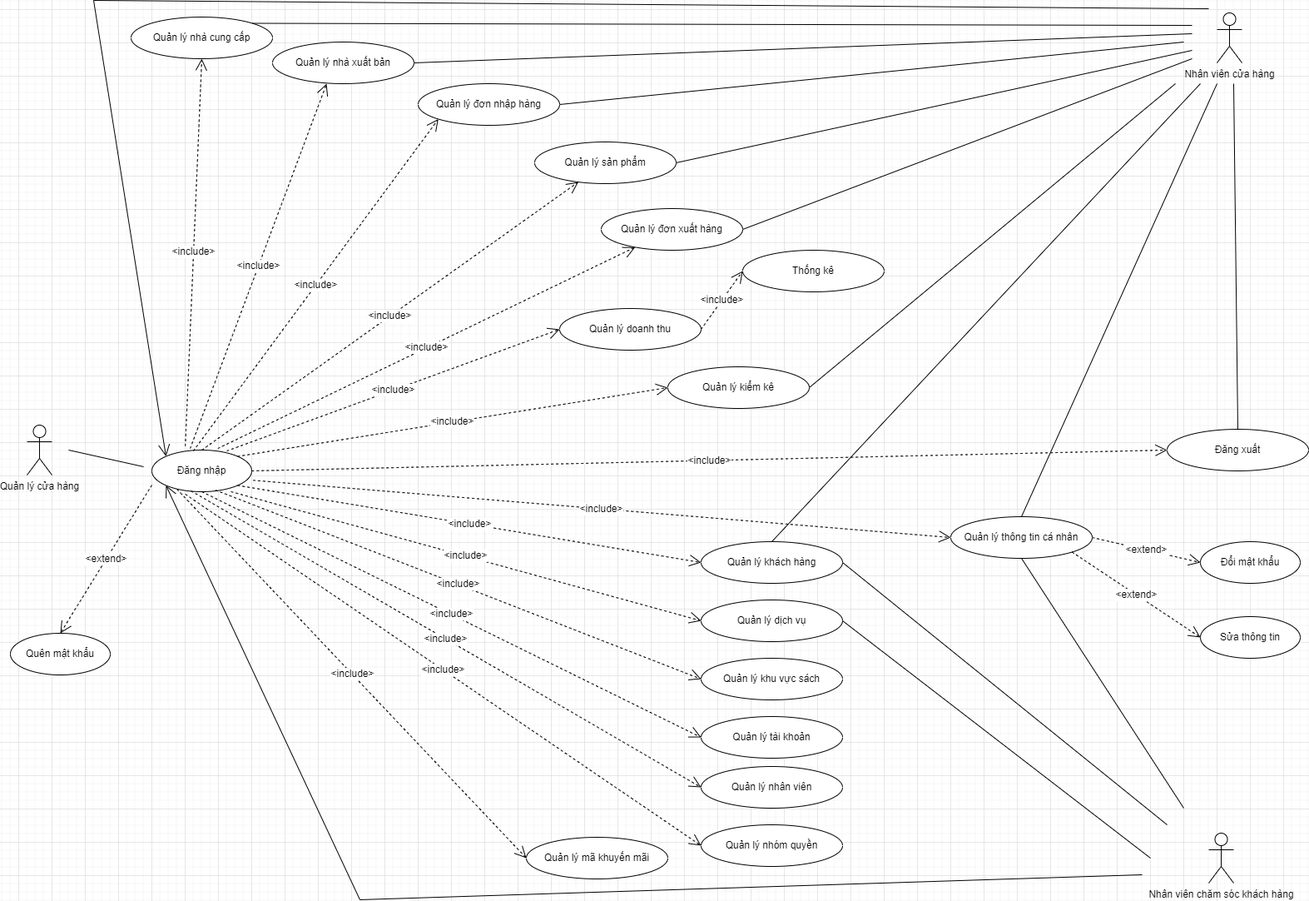
This is BaoCaoPTTKHTTT/uescase.png from Remilia172112/AppThuVien-JAVA-PTTKHTTT, a draw.io export, as it was before one commit. Source tidied: cells renumbered, new cells last; positions are measured from the earlier drawing's top-left corner, leaving out a move shared by most shapes.
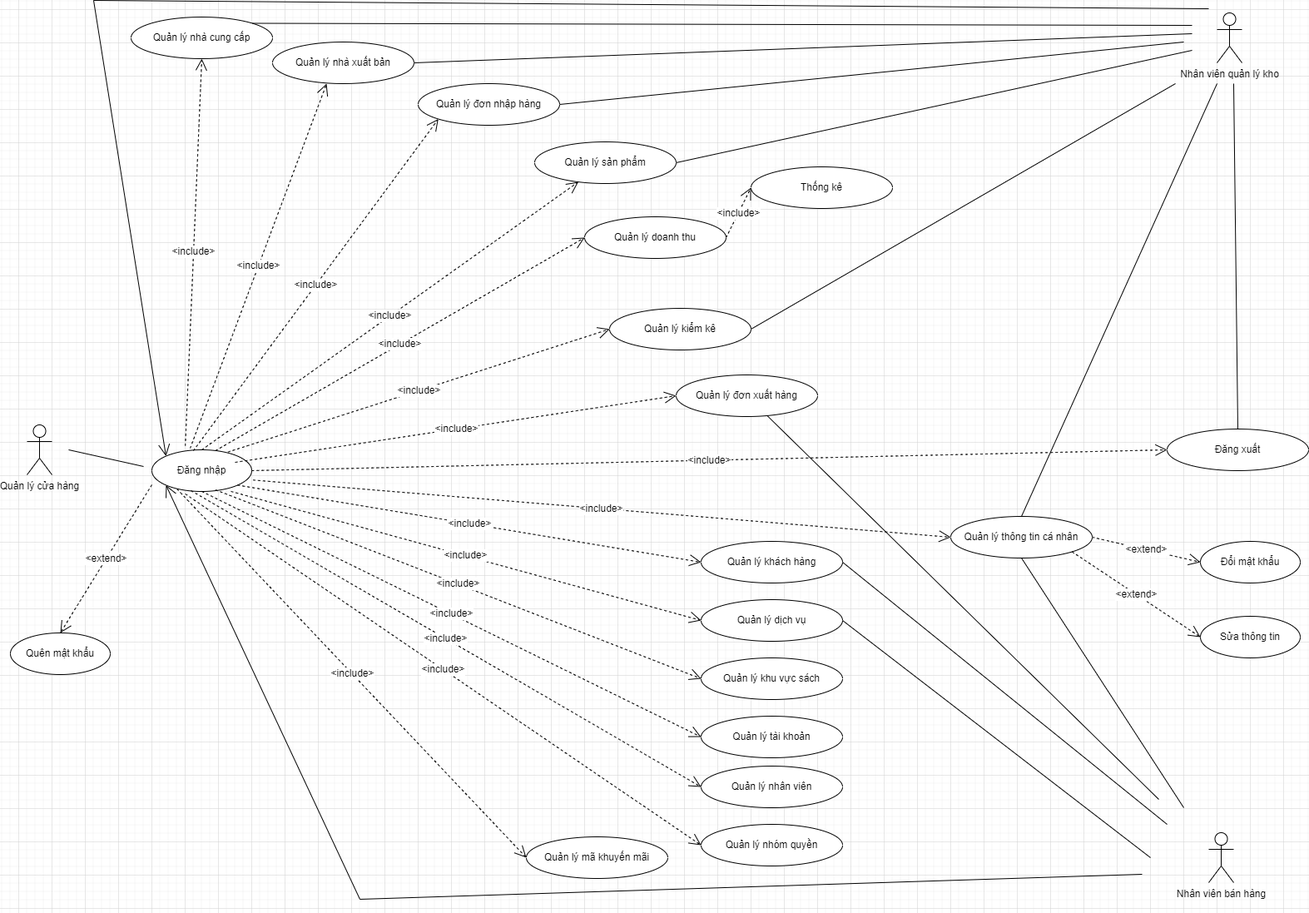
Above is the later version.

The edit, as a diff of the source:
```diff
@@ -5,10 +5,10 @@
     <mxCell id="2" value="Quản lý cửa hàng" style="shape=umlActor;verticalLabelPosition=bottom;verticalAlign=top;html=1;" parent="1" vertex="1">
       <mxGeometry x="20" y="510" width="30" height="60" as="geometry" />
     </mxCell>
-    <mxCell id="3" value="Nhân viên chăm sóc khách hàng" style="shape=umlActor;verticalLabelPosition=bottom;verticalAlign=top;html=1;" parent="1" vertex="1">
+    <mxCell id="3" value="Nhân viên bán hàng&lt;div&gt;&lt;br&gt;&lt;/div&gt;" style="shape=umlActor;verticalLabelPosition=bottom;verticalAlign=top;html=1;" parent="1" vertex="1">
       <mxGeometry x="1440" y="1000" width="30" height="60" as="geometry" />
     </mxCell>
-    <mxCell id="4" value="Nhân viên cửa hàng" style="shape=umlActor;verticalLabelPosition=bottom;verticalAlign=top;html=1;" parent="1" vertex="1">
+    <mxCell id="4" value="Nhân viên quản lý kho" style="shape=umlActor;verticalLabelPosition=bottom;verticalAlign=top;html=1;" parent="1" vertex="1">
       <mxGeometry x="1450" y="15" width="30" height="60" as="geometry" />
     </mxCell>
     <mxCell id="5" value="Đăng nhập" style="ellipse;whiteSpace=wrap;html=1;" parent="1" vertex="1">
@@ -48,29 +48,31 @@
     <mxCell id="15" value="Quản lý sản phẩm" style="ellipse;whiteSpace=wrap;html=1;" parent="1" vertex="1">
       <mxGeometry x="630" y="170" width="170" height="50" as="geometry" />
     </mxCell>
-    <mxCell id="16" value="&amp;lt;include&amp;gt;" style="endArrow=open;endSize=12;dashed=1;html=1;rounded=0;fontSize=12;curved=1;exitX=0.661;exitY=-0.039;exitDx=0;exitDy=0;exitPerimeter=0;" parent="1" edge="1" source="5" target="17">
-      <mxGeometry relative="1" as="geometry" />
+    <mxCell id="16" value="&amp;lt;include&amp;gt;" style="endArrow=open;endSize=12;dashed=1;html=1;rounded=0;fontSize=12;curved=1;entryX=0;entryY=0.5;entryDx=0;entryDy=0;" parent="1" edge="1" target="17">
+      <mxGeometry relative="1" as="geometry">
+        <mxPoint x="270" y="555" as="sourcePoint" />
+      </mxGeometry>
     </mxCell>
     <mxCell id="17" value="Quản lý đơn xuất hàng" style="ellipse;whiteSpace=wrap;html=1;" parent="1" vertex="1">
-      <mxGeometry x="710" y="250" width="170" height="50" as="geometry" />
+      <mxGeometry x="800" y="450" width="170" height="50" as="geometry" />
     </mxCell>
-    <mxCell id="18" value="&amp;lt;include&amp;gt;" style="endArrow=open;endSize=12;dashed=1;html=1;rounded=0;fontSize=12;curved=1;entryX=0;entryY=0.5;entryDx=0;entryDy=0;exitX=0.751;exitY=0.02;exitDx=0;exitDy=0;exitPerimeter=0;" parent="1" edge="1" source="5" target="19">
+    <mxCell id="18" value="&amp;lt;include&amp;gt;" style="endArrow=open;endSize=12;dashed=1;html=1;rounded=0;fontSize=12;curved=1;entryX=0;entryY=0.5;entryDx=0;entryDy=0;exitX=0.638;exitY=0.018;exitDx=0;exitDy=0;exitPerimeter=0;" parent="1" edge="1" source="5" target="19">
       <mxGeometry relative="1" as="geometry" />
     </mxCell>
     <mxCell id="19" value="Quản lý doanh thu" style="ellipse;whiteSpace=wrap;html=1;" parent="1" vertex="1">
-      <mxGeometry x="660" y="370" width="170" height="50" as="geometry" />
+      <mxGeometry x="690" y="260" width="170" height="50" as="geometry" />
     </mxCell>
     <mxCell id="20" value="&amp;lt;include&amp;gt;" style="endArrow=open;endSize=12;dashed=1;html=1;rounded=0;fontSize=12;curved=1;exitX=1;exitY=0.5;exitDx=0;exitDy=0;entryX=0;entryY=0.5;entryDx=0;entryDy=0;" parent="1" edge="1" source="19" target="21">
       <mxGeometry relative="1" as="geometry" />
     </mxCell>
     <mxCell id="21" value="Thống kê" style="ellipse;whiteSpace=wrap;html=1;" parent="1" vertex="1">
-      <mxGeometry x="880" y="300" width="170" height="50" as="geometry" />
+      <mxGeometry x="890" y="200" width="170" height="50" as="geometry" />
     </mxCell>
-    <mxCell id="22" value="&amp;lt;include&amp;gt;" style="endArrow=open;endSize=12;dashed=1;html=1;rounded=0;fontSize=12;curved=1;entryX=0;entryY=0.5;entryDx=0;entryDy=0;exitX=1;exitY=0;exitDx=0;exitDy=0;" parent="1" edge="1" source="5" target="23">
+    <mxCell id="22" value="&amp;lt;include&amp;gt;" style="endArrow=open;endSize=12;dashed=1;html=1;rounded=0;fontSize=12;curved=1;entryX=0;entryY=0.5;entryDx=0;entryDy=0;exitX=0.763;exitY=0.052;exitDx=0;exitDy=0;exitPerimeter=0;" parent="1" edge="1" source="5" target="23">
       <mxGeometry relative="1" as="geometry" />
     </mxCell>
     <mxCell id="23" value="Quản lý kiểm kê" style="ellipse;whiteSpace=wrap;html=1;" parent="1" vertex="1">
-      <mxGeometry x="790" y="440" width="170" height="50" as="geometry" />
+      <mxGeometry x="720" y="370" width="170" height="50" as="geometry" />
     </mxCell>
     <mxCell id="24" value="&amp;lt;include&amp;gt;" style="endArrow=open;endSize=12;dashed=1;html=1;rounded=0;fontSize=12;curved=1;entryX=0;entryY=0.5;entryDx=0;entryDy=0;exitX=1;exitY=0.5;exitDx=0;exitDy=0;" parent="1" edge="1" source="5" target="25">
       <mxGeometry relative="1" as="geometry" />
@@ -174,11 +176,6 @@
         <mxPoint x="1420" y="60" as="targetPoint" />
       </mxGeometry>
     </mxCell>
-    <mxCell id="51" style="endArrow=none;html=1;rounded=0;fontSize=12;startSize=8;endSize=8;curved=1;exitX=1;exitY=0.5;exitDx=0;exitDy=0;" parent="1" edge="1" source="17">
-      <mxGeometry relative="1" as="geometry">
-        <mxPoint x="1420" y="70" as="targetPoint" />
-      </mxGeometry>
-    </mxCell>
     <mxCell id="52" style="endArrow=none;html=1;rounded=0;fontSize=12;startSize=8;endSize=8;curved=1;exitX=1;exitY=0.5;exitDx=0;exitDy=0;" parent="1" edge="1" source="23">
       <mxGeometry relative="1" as="geometry">
         <mxPoint x="1400" y="100" as="targetPoint" />
@@ -194,11 +191,6 @@
         <mxPoint x="1450" y="100" as="targetPoint" />
       </mxGeometry>
     </mxCell>
-    <mxCell id="55" style="endArrow=none;html=1;rounded=0;fontSize=12;startSize=8;endSize=8;curved=1;exitX=0.5;exitY=0;exitDx=0;exitDy=0;" parent="1" edge="1" source="29">
-      <mxGeometry relative="1" as="geometry">
-        <mxPoint x="1430" y="100" as="targetPoint" />
-      </mxGeometry>
-    </mxCell>
     <mxCell id="56" style="endArrow=none;html=1;rounded=0;fontSize=12;startSize=8;endSize=8;curved=1;exitX=1;exitY=0.5;exitDx=0;exitDy=0;" parent="1" edge="1" source="29">
       <mxGeometry relative="1" as="geometry">
         <mxPoint x="1390" y="990" as="targetPoint" />
@@ -226,5 +218,10 @@
     <mxCell id="62" value="Sửa thông tin" style="ellipse;whiteSpace=wrap;html=1;" parent="1" vertex="1">
       <mxGeometry x="1430" y="740" width="120" height="50" as="geometry" />
     </mxCell>
+    <mxCell id="63" style="endArrow=none;html=1;rounded=0;fontSize=12;startSize=8;endSize=8;curved=1;" parent="1" edge="1" source="17">
+      <mxGeometry relative="1" as="geometry">
+        <mxPoint x="1380" y="960" as="targetPoint" />
+      </mxGeometry>
+    </mxCell>
   </root>
 </mxGraphModel>
```
